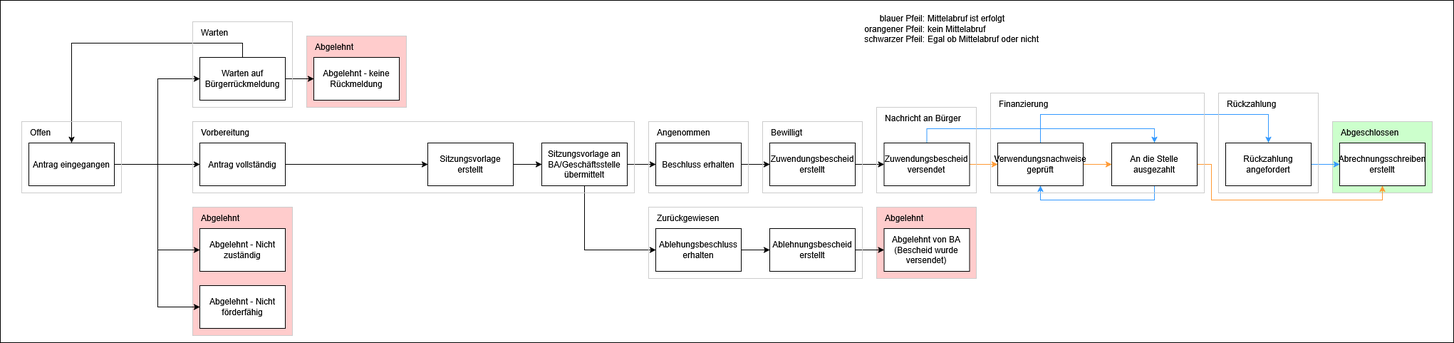
This is docs/src/about/status-diagram.png from it-at-m/stadtbezirksbudget, a draw.io export, as it was before one commit. Source tidied: cells renumbered, new cells last; positions are measured from the earlier drawing's top-left corner, leaving out a move shared by most shapes.
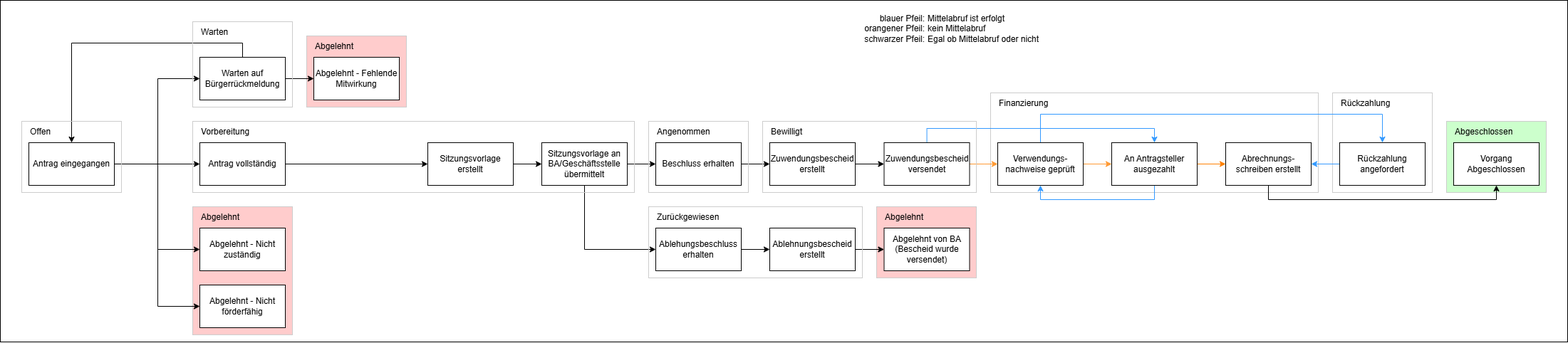
The same diagram one commit later.

Commit message:
:memo: Update status diagram

The edit, as a diff of the source:
```diff
@@ -2,11 +2,17 @@
   <root>
     <mxCell id="0" />
     <mxCell id="1" parent="0" />
-    <mxCell id="2" style="whiteSpace=wrap;html=1;" parent="1" vertex="1">
-      <mxGeometry width="2040" height="480" as="geometry" />
-    </mxCell>
+    <mxCell id="70" style="rounded=0;whiteSpace=wrap;html=1;" parent="1" vertex="1">
+      <mxGeometry width="2200" height="480" as="geometry" />
+    </mxCell>
+    <mxCell id="68" style="whiteSpace=wrap;html=1;fillColor=none;strokeColor=light-dark(#CCCCCC,#808080);" parent="1" vertex="1">
+      <mxGeometry x="1870" y="130" width="140" height="140" as="geometry" />
+    </mxCell>
+    <mxCell id="71" style="whiteSpace=wrap;html=1;fillColor=none;strokeColor=light-dark(#CCCCCC,#808080);" parent="1" vertex="1">
+      <mxGeometry x="1390" y="130" width="460" height="140" as="geometry" />
+    </mxCell>
     <mxCell id="3" style="whiteSpace=wrap;html=1;fillColor=light-dark(#CCFFCC,#66CC00);strokeColor=light-dark(#CCCCCC,#808080);" parent="1" vertex="1">
-      <mxGeometry x="1870" y="170" width="140" height="100" as="geometry" />
+      <mxGeometry x="2030" y="170" width="140" height="100" as="geometry" />
     </mxCell>
     <mxCell id="4" style="whiteSpace=wrap;html=1;fillColor=light-dark(#FFCCCC,#CC0000);strokeColor=light-dark(#CCCCCC,#808080);" parent="1" vertex="1">
       <mxGeometry x="1230" y="290" width="140" height="100" as="geometry" />
@@ -61,7 +67,7 @@
     <mxCell id="14" value="Warten auf Bürgerrückmeldung" style="rounded=0;whiteSpace=wrap;html=1;" parent="1" vertex="1">
       <mxGeometry x="280" y="80" width="120" height="60" as="geometry" />
     </mxCell>
-    <mxCell id="15" value="Abgelehnt - keine Rückmeldung" style="rounded=0;whiteSpace=wrap;html=1;" parent="1" vertex="1">
+    <mxCell id="15" value="Abgelehnt - Fehlende Mitwirkung" style="rounded=0;whiteSpace=wrap;html=1;" parent="1" vertex="1">
       <mxGeometry x="440" y="80" width="120" height="60" as="geometry" />
     </mxCell>
     <mxCell id="16" value="Abgelehnt - Nicht zuständig" style="rounded=0;whiteSpace=wrap;html=1;" parent="1" vertex="1">
@@ -136,18 +142,18 @@
     <mxCell id="36" value="Zuwendungsbescheid versendet" style="rounded=0;whiteSpace=wrap;html=1;" parent="1" vertex="1">
       <mxGeometry x="1240.5" y="200" width="120" height="60" as="geometry" />
     </mxCell>
+    <mxCell id="38" style="edgeStyle=orthogonalEdgeStyle;rounded=0;jettySize=auto;html=1;entryX=0;entryY=0.5;entryDx=0;entryDy=0;fillColor=#FF9933;strokeColor=#FF9933;" parent="1" edge="1" source="39" target="42">
+      <mxGeometry relative="1" as="geometry" />
+    </mxCell>
     <mxCell id="37" style="edgeStyle=orthogonalEdgeStyle;rounded=0;jettySize=auto;html=1;entryX=0.5;entryY=0;entryDx=0;entryDy=0;strokeColor=#3399FF;" parent="1" edge="1" source="39" target="44">
       <mxGeometry relative="1" as="geometry">
         <Array as="points">
           <mxPoint x="1460" y="160" />
-          <mxPoint x="1780" y="160" />
+          <mxPoint x="1940" y="160" />
         </Array>
       </mxGeometry>
     </mxCell>
-    <mxCell id="38" style="edgeStyle=orthogonalEdgeStyle;rounded=0;jettySize=auto;html=1;entryX=0;entryY=0.5;entryDx=0;entryDy=0;fillColor=#FF9933;strokeColor=#FF9933;" parent="1" edge="1" source="39" target="42">
-      <mxGeometry relative="1" as="geometry" />
-    </mxCell>
-    <mxCell id="39" value="Verwendungsnachweise geprüft" style="rounded=0;whiteSpace=wrap;html=1;" parent="1" vertex="1">
+    <mxCell id="39" value="Verwendungs-&lt;div&gt;nachweise geprüft&lt;/div&gt;" style="rounded=0;whiteSpace=wrap;html=1;" parent="1" vertex="1">
       <mxGeometry x="1400" y="200" width="120" height="60" as="geometry" />
     </mxCell>
     <mxCell id="40" style="edgeStyle=orthogonalEdgeStyle;rounded=0;jettySize=auto;html=1;entryX=0.5;entryY=1;entryDx=0;entryDy=0;strokeColor=#3399FF;" parent="1" edge="1" source="42" target="39">
@@ -158,26 +164,20 @@
         </Array>
       </mxGeometry>
     </mxCell>
-    <mxCell id="41" style="edgeStyle=orthogonalEdgeStyle;rounded=0;jettySize=auto;html=1;entryX=0.5;entryY=1;entryDx=0;entryDy=0;strokeColor=#FF9933;" parent="1" edge="1" source="42" target="45">
-      <mxGeometry relative="1" as="geometry">
-        <Array as="points">
-          <mxPoint x="1700" y="230" />
-          <mxPoint x="1700" y="280" />
-          <mxPoint x="1940" y="280" />
-        </Array>
-      </mxGeometry>
-    </mxCell>
+    <mxCell id="72" style="edgeStyle=orthogonalEdgeStyle;rounded=0;jettySize=auto;html=1;entryX=0;entryY=0.5;entryDx=0;entryDy=0;strokeColor=#FF8000;" parent="1" edge="1" source="42" target="75">
+      <mxGeometry relative="1" as="geometry" />
+    </mxCell>
-    <mxCell id="42" value="An die Stelle ausgezahlt" style="rounded=0;whiteSpace=wrap;html=1;" parent="1" vertex="1">
+    <mxCell id="42" value="An Antragsteller ausgezahlt" style="rounded=0;whiteSpace=wrap;html=1;" parent="1" vertex="1">
       <mxGeometry x="1560" y="200" width="120" height="60" as="geometry" />
     </mxCell>
-    <mxCell id="43" style="edgeStyle=orthogonalEdgeStyle;rounded=0;jettySize=auto;html=1;entryX=0;entryY=0.5;entryDx=0;entryDy=0;strokeColor=light-dark(#3399FF,#3399FF);" parent="1" edge="1" source="44" target="45">
-      <mxGeometry relative="1" as="geometry" />
-    </mxCell>
+    <mxCell id="73" style="edgeStyle=orthogonalEdgeStyle;rounded=0;jettySize=auto;html=1;entryX=1;entryY=0.5;entryDx=0;entryDy=0;strokeColor=#3399FF;" parent="1" edge="1" source="44" target="75">
+      <mxGeometry relative="1" as="geometry" />
+    </mxCell>
     <mxCell id="44" value="Rückzahlung angefordert" style="rounded=0;whiteSpace=wrap;html=1;" parent="1" vertex="1">
-      <mxGeometry x="1720" y="200" width="120" height="60" as="geometry" />
+      <mxGeometry x="1880" y="200" width="120" height="60" as="geometry" />
     </mxCell>
-    <mxCell id="45" value="Abrechnungsschreiben erstellt" style="rounded=0;whiteSpace=wrap;html=1;" parent="1" vertex="1">
-      <mxGeometry x="1880" y="200" width="120" height="60" as="geometry" />
+    <mxCell id="45" value="Vorgang Abgeschlossen" style="rounded=0;whiteSpace=wrap;html=1;" parent="1" vertex="1">
+      <mxGeometry x="2040" y="200" width="120" height="60" as="geometry" />
     </mxCell>
     <mxCell id="46" style="whiteSpace=wrap;html=1;fillColor=none;strokeColor=light-dark(#CCCCCC,#808080);" parent="1" vertex="1">
       <mxGeometry x="30" y="170" width="140" height="100" as="geometry" />
@@ -219,25 +219,16 @@
       <mxGeometry x="920" y="170" width="120" height="30" as="geometry" />
     </mxCell>
     <mxCell id="59" style="whiteSpace=wrap;html=1;fillColor=none;strokeColor=light-dark(#CCCCCC,#808080);" parent="1" vertex="1">
-      <mxGeometry x="1070" y="170" width="140" height="100" as="geometry" />
+      <mxGeometry x="1070" y="170" width="300" height="100" as="geometry" />
     </mxCell>
     <mxCell id="60" value="Bewilligt" style="text;html=1;whiteSpace=wrap;strokeColor=none;fillColor=none;align=left;verticalAlign=middle;rounded=0;" parent="1" vertex="1">
       <mxGeometry x="1080" y="170" width="120" height="30" as="geometry" />
     </mxCell>
-    <mxCell id="61" style="whiteSpace=wrap;html=1;fillColor=none;strokeColor=light-dark(#CCCCCC,#808080);" parent="1" vertex="1">
-      <mxGeometry x="1230" y="150" width="140" height="120" as="geometry" />
-    </mxCell>
-    <mxCell id="62" value="Nachricht an Bürger" style="text;html=1;whiteSpace=wrap;strokeColor=none;fillColor=none;align=left;verticalAlign=middle;rounded=0;" parent="1" vertex="1">
-      <mxGeometry x="1240" y="150" width="120" height="30" as="geometry" />
-    </mxCell>
-    <mxCell id="63" style="whiteSpace=wrap;html=1;fillColor=none;strokeColor=light-dark(#CCCCCC,#808080);" parent="1" vertex="1">
-      <mxGeometry x="1390" y="130" width="300" height="140" as="geometry" />
-    </mxCell>
     <mxCell id="64" value="Finanzierung" style="text;html=1;whiteSpace=wrap;strokeColor=none;fillColor=none;align=left;verticalAlign=middle;rounded=0;" parent="1" vertex="1">
       <mxGeometry x="1400" y="130" width="120" height="30" as="geometry" />
     </mxCell>
     <mxCell id="65" value="Abgeschlossen" style="text;html=1;whiteSpace=wrap;strokeColor=none;fillColor=none;align=left;verticalAlign=middle;rounded=0;" parent="1" vertex="1">
-      <mxGeometry x="1880" y="170" width="120" height="30" as="geometry" />
+      <mxGeometry x="2040" y="170" width="120" height="30" as="geometry" />
     </mxCell>
     <mxCell id="66" value="&lt;div align=&quot;right&quot;&gt;blauer Pfeil:&lt;/div&gt;&lt;div align=&quot;right&quot;&gt;orangener Pfeil:&lt;/div&gt;&lt;div align=&quot;right&quot;&gt;schwarzer Pfeil:&lt;/div&gt;" style="text;html=1;whiteSpace=wrap;strokeColor=none;fillColor=none;align=right;verticalAlign=middle;rounded=0;" parent="1" vertex="1">
       <mxGeometry x="1210" width="90" height="80" as="geometry" />
@@ -245,11 +236,19 @@
     <mxCell id="67" value="&lt;div align=&quot;left&quot;&gt;Mittelabruf ist erfolgt&lt;/div&gt;&lt;div align=&quot;left&quot;&gt;kein Mittelabruf&lt;/div&gt;&lt;div align=&quot;left&quot;&gt; Egal ob Mittelabruf oder nicht&lt;/div&gt;" style="text;html=1;whiteSpace=wrap;strokeColor=none;fillColor=none;align=left;verticalAlign=middle;rounded=0;" parent="1" vertex="1">
       <mxGeometry x="1300" width="180" height="80" as="geometry" />
     </mxCell>
-    <mxCell id="68" style="whiteSpace=wrap;html=1;fillColor=none;strokeColor=light-dark(#CCCCCC,#808080);" parent="1" vertex="1">
-      <mxGeometry x="1710" y="130" width="140" height="140" as="geometry" />
-    </mxCell>
     <mxCell id="69" value="Rückzahlung" style="text;html=1;whiteSpace=wrap;strokeColor=none;fillColor=none;align=left;verticalAlign=middle;rounded=0;" parent="1" vertex="1">
-      <mxGeometry x="1720" y="130" width="120" height="30" as="geometry" />
+      <mxGeometry x="1880" y="130" width="120" height="30" as="geometry" />
     </mxCell>
+    <mxCell id="74" style="edgeStyle=orthogonalEdgeStyle;rounded=0;jettySize=auto;html=1;entryX=0.5;entryY=1;entryDx=0;entryDy=0;strokeColor=#000000;" parent="1" edge="1" source="75" target="45">
+      <mxGeometry relative="1" as="geometry">
+        <Array as="points">
+          <mxPoint x="1780" y="280" />
+          <mxPoint x="2100" y="280" />
+        </Array>
+      </mxGeometry>
+    </mxCell>
+    <mxCell id="75" value="Abrechnungs-&lt;div&gt;schreiben erstellt&lt;/div&gt;" style="rounded=0;whiteSpace=wrap;html=1;" parent="1" vertex="1">
+      <mxGeometry x="1720" y="200" width="120" height="60" as="geometry" />
+    </mxCell>
   </root>
 </mxGraphModel>
```
